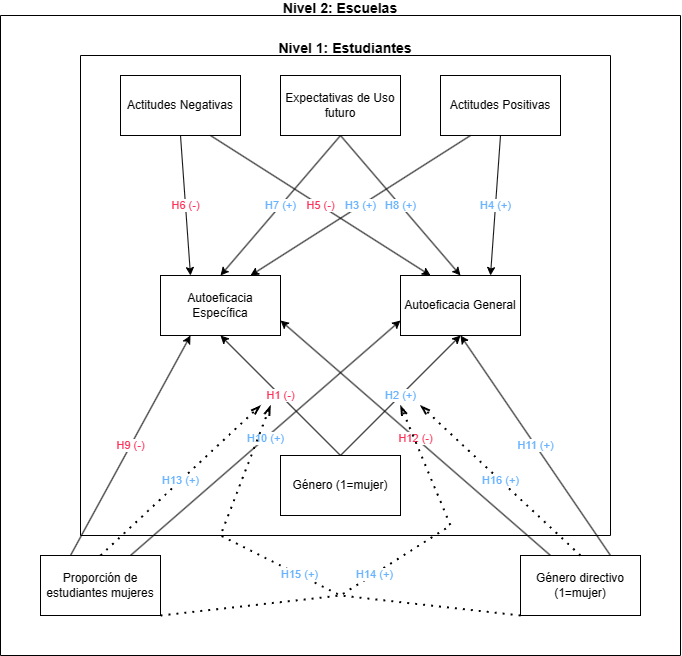
Before: proc/informes/images/multilevel_diagram.png, a diagram exported from draw.io (milenio-nudos/multilevel_icils_gender_chile). Source tidied: cells renumbered, new cells last; positions are measured from the earlier drawing's top-left corner, leaving out a move shared by most shapes. Its diagram source:
```xml
<mxGraphModel>
  <root>
    <mxCell id="0" />
    <mxCell id="1" parent="0" />
    <mxCell id="2" value="Género (1=mujer)" style="rounded=0;whiteSpace=wrap;html=1;" parent="1" vertex="1">
      <mxGeometry x="280" y="440" width="120" height="60" as="geometry" />
    </mxCell>
    <mxCell id="3" value="Autoeficacia General" style="rounded=0;whiteSpace=wrap;html=1;" parent="1" vertex="1">
      <mxGeometry x="400" y="260" width="120" height="60" as="geometry" />
    </mxCell>
    <mxCell id="4" value="&lt;font color=&quot;#66b2ff&quot;&gt;&amp;nbsp;H2 (+)&amp;nbsp;&lt;/font&gt;" style="endArrow=classic;html=1;rounded=0;exitX=0.5;exitY=0;exitDx=0;exitDy=0;entryX=0.5;entryY=1;entryDx=0;entryDy=0;" parent="1" edge="1" source="2" target="3">
      <mxGeometry relative="1" as="geometry" />
    </mxCell>
    <mxCell id="5" value="Autoeficacia Específica" style="rounded=0;whiteSpace=wrap;html=1;" parent="1" vertex="1">
      <mxGeometry x="160" y="260" width="120" height="60" as="geometry" />
    </mxCell>
    <mxCell id="6" value="&lt;font color=&quot;#ff3057&quot;&gt;&amp;nbsp;H1 (-)&amp;nbsp;&lt;/font&gt;" style="endArrow=classic;html=1;rounded=0;exitX=0.5;exitY=0;exitDx=0;exitDy=0;entryX=0.5;entryY=1;entryDx=0;entryDy=0;" parent="1" edge="1" source="2" target="5">
      <mxGeometry relative="1" as="geometry" />
    </mxCell>
    <mxCell id="7" value="Actitudes Positivas" style="rounded=0;whiteSpace=wrap;html=1;" parent="1" vertex="1">
      <mxGeometry x="440" y="60" width="120" height="60" as="geometry" />
    </mxCell>
    <mxCell id="8" value="&lt;font color=&quot;#66b2ff&quot;&gt;H3 (+)&lt;/font&gt;" style="endArrow=classic;html=1;rounded=0;exitX=0.25;exitY=1;exitDx=0;exitDy=0;entryX=0.75;entryY=0;entryDx=0;entryDy=0;" parent="1" edge="1" source="7" target="5">
      <mxGeometry relative="1" as="geometry" />
    </mxCell>
    <mxCell id="9" value="&lt;font color=&quot;#66b2ff&quot;&gt;H4 (+)&lt;/font&gt;" style="endArrow=classic;html=1;rounded=0;exitX=0.5;exitY=1;exitDx=0;exitDy=0;entryX=0.75;entryY=0;entryDx=0;entryDy=0;" parent="1" edge="1" source="7" target="3">
      <mxGeometry relative="1" as="geometry" />
    </mxCell>
    <mxCell id="10" value="Actitudes Negativas" style="rounded=0;whiteSpace=wrap;html=1;" parent="1" vertex="1">
      <mxGeometry x="120" y="60" width="120" height="60" as="geometry" />
    </mxCell>
    <mxCell id="11" value="&lt;font color=&quot;#ff3057&quot;&gt;H5 (-)&lt;/font&gt;" style="endArrow=classic;html=1;rounded=0;exitX=0.75;exitY=1;exitDx=0;exitDy=0;entryX=0.25;entryY=0;entryDx=0;entryDy=0;" parent="1" edge="1" source="10" target="3">
      <mxGeometry relative="1" as="geometry" />
    </mxCell>
    <mxCell id="12" value="&lt;font color=&quot;#ff3057&quot;&gt;H6 (-)&lt;/font&gt;" style="endArrow=classic;html=1;rounded=0;exitX=0.5;exitY=1;exitDx=0;exitDy=0;entryX=0.25;entryY=0;entryDx=0;entryDy=0;" parent="1" edge="1" source="10" target="5">
      <mxGeometry relative="1" as="geometry" />
    </mxCell>
    <mxCell id="13" value="Expectativas de Uso futuro" style="rounded=0;whiteSpace=wrap;html=1;" parent="1" vertex="1">
      <mxGeometry x="280" y="60" width="120" height="60" as="geometry" />
    </mxCell>
    <mxCell id="14" value="&lt;font color=&quot;#66b2ff&quot;&gt;H7 (+)&lt;/font&gt;" style="endArrow=classic;html=1;rounded=0;exitX=0.5;exitY=1;exitDx=0;exitDy=0;entryX=0.5;entryY=0;entryDx=0;entryDy=0;" parent="1" edge="1" source="13" target="5">
      <mxGeometry relative="1" as="geometry" />
    </mxCell>
    <mxCell id="15" value="&lt;font color=&quot;#66b2ff&quot;&gt;H8 (+)&lt;/font&gt;" style="endArrow=classic;html=1;rounded=0;entryX=0.5;entryY=0;entryDx=0;entryDy=0;exitX=0.5;exitY=1;exitDx=0;exitDy=0;" parent="1" edge="1" source="13" target="3">
      <mxGeometry relative="1" as="geometry" />
    </mxCell>
    <mxCell id="16" value="Proporción de estudiantes mujeres" style="rounded=0;whiteSpace=wrap;html=1;" parent="1" vertex="1">
      <mxGeometry x="40" y="540" width="120" height="60" as="geometry" />
    </mxCell>
    <mxCell id="17" value="&lt;font color=&quot;#ff3057&quot;&gt;H9 (-)&lt;/font&gt;" style="endArrow=classic;html=1;rounded=0;exitX=0.25;exitY=0;exitDx=0;exitDy=0;entryX=0.25;entryY=1;entryDx=0;entryDy=0;" parent="1" edge="1" source="16" target="5">
      <mxGeometry relative="1" as="geometry" />
    </mxCell>
    <mxCell id="18" value="Género directivo (1=mujer)" style="rounded=0;whiteSpace=wrap;html=1;" parent="1" vertex="1">
      <mxGeometry x="520" y="540" width="120" height="60" as="geometry" />
    </mxCell>
    <mxCell id="19" value="&lt;font color=&quot;#66b2ff&quot;&gt;H10 (+)&lt;/font&gt;" style="endArrow=classic;html=1;rounded=0;exitX=0.75;exitY=0;exitDx=0;exitDy=0;entryX=0;entryY=0.75;entryDx=0;entryDy=0;" parent="1" edge="1" source="16" target="3">
      <mxGeometry relative="1" as="geometry" />
    </mxCell>
    <mxCell id="20" value="&lt;font color=&quot;#ff3057&quot;&gt;H12 (-)&lt;/font&gt;" style="endArrow=classic;html=1;rounded=0;exitX=0.25;exitY=0;exitDx=0;exitDy=0;entryX=1;entryY=0.75;entryDx=0;entryDy=0;" parent="1" edge="1" source="18" target="5">
      <mxGeometry relative="1" as="geometry" />
    </mxCell>
    <mxCell id="21" value="&lt;font color=&quot;#66b2ff&quot;&gt;H11 (+)&lt;/font&gt;" style="endArrow=classic;html=1;rounded=0;exitX=0.75;exitY=0;exitDx=0;exitDy=0;entryX=0.5;entryY=1;entryDx=0;entryDy=0;" parent="1" edge="1" source="18" target="3">
      <mxGeometry relative="1" as="geometry" />
    </mxCell>
    <mxCell id="22" value="&lt;font color=&quot;#66b2ff&quot;&gt;H13 (+)&lt;/font&gt;" style="endArrow=openThin;dashed=1;html=1;dashPattern=1 3;strokeWidth=2;rounded=0;exitX=0.5;exitY=0;exitDx=0;exitDy=0;endFill=0;" parent="1" edge="1" source="16">
      <mxGeometry relative="1" as="geometry">
        <mxPoint x="260" y="390" as="targetPoint" />
      </mxGeometry>
    </mxCell>
    <mxCell id="23" value="&lt;font color=&quot;#66b2ff&quot;&gt;H14 (+)&lt;/font&gt;" style="endArrow=openThin;dashed=1;html=1;dashPattern=1 3;strokeWidth=2;rounded=0;exitX=1;exitY=1;exitDx=0;exitDy=0;endFill=0;" parent="1" edge="1" source="16">
      <mxGeometry relative="1" as="geometry">
        <mxPoint x="400" y="390" as="targetPoint" />
        <Array as="points">
          <mxPoint x="340" y="580" />
          <mxPoint x="450" y="510" />
        </Array>
      </mxGeometry>
    </mxCell>
    <mxCell id="24" value="&lt;font color=&quot;#66b2ff&quot;&gt;H15&amp;nbsp;(+)&lt;/font&gt;" style="endArrow=openThin;dashed=1;html=1;dashPattern=1 3;strokeWidth=2;rounded=0;exitX=0;exitY=1;exitDx=0;exitDy=0;endFill=0;" parent="1" edge="1" source="18">
      <mxGeometry relative="1" as="geometry">
        <mxPoint x="270" y="390" as="targetPoint" />
        <Array as="points">
          <mxPoint x="340" y="580" />
          <mxPoint x="220" y="520" />
        </Array>
      </mxGeometry>
    </mxCell>
    <mxCell id="25" value="&lt;font color=&quot;#66b2ff&quot;&gt;H16 (+)&lt;/font&gt;" style="endArrow=openThin;dashed=1;html=1;dashPattern=1 3;strokeWidth=2;rounded=0;exitX=0.5;exitY=0;exitDx=0;exitDy=0;endFill=0;" parent="1" edge="1" source="18">
      <mxGeometry relative="1" as="geometry">
        <mxPoint x="420" y="390" as="targetPoint" />
      </mxGeometry>
    </mxCell>
    <mxCell id="26" value="Nivel 1: Estudiantes&#10;" style="swimlane;startSize=0;fontSize=14;" parent="1" vertex="1">
      <mxGeometry x="80" y="40" width="530" height="480" as="geometry" />
    </mxCell>
    <mxCell id="27" value="Nivel 2: Escuelas&#10;" style="swimlane;startSize=0;fontSize=14;" parent="1" vertex="1">
      <mxGeometry width="680" height="640" as="geometry" />
    </mxCell>
  </root>
</mxGraphModel>
```
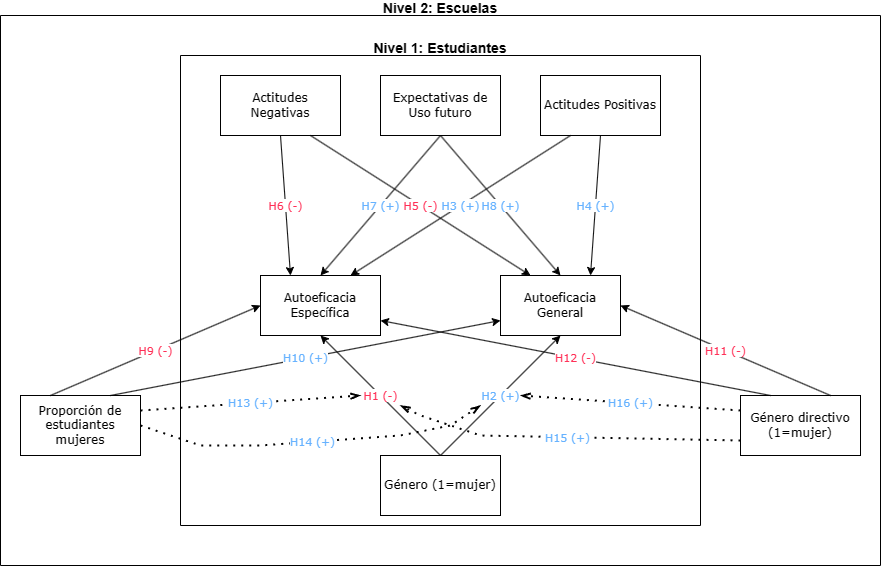
After the commit.

What changed in the source:
```diff
@@ -2,99 +2,103 @@
   <root>
     <mxCell id="0" />
     <mxCell id="1" parent="0" />
-    <mxCell id="2" value="Género (1=mujer)" style="rounded=0;whiteSpace=wrap;html=1;" parent="1" vertex="1">
+    <mxCell id="2" value="Género (1=mujer)" style="rounded=0;whiteSpace=wrap;html=1;fontFamily=Verdana;" parent="1" vertex="1">
       <mxGeometry x="280" y="440" width="120" height="60" as="geometry" />
     </mxCell>
-    <mxCell id="3" value="Autoeficacia General" style="rounded=0;whiteSpace=wrap;html=1;" parent="1" vertex="1">
+    <mxCell id="3" value="Autoeficacia General" style="rounded=0;whiteSpace=wrap;html=1;fontFamily=Verdana;" parent="1" vertex="1">
       <mxGeometry x="400" y="260" width="120" height="60" as="geometry" />
     </mxCell>
-    <mxCell id="4" value="&lt;font color=&quot;#66b2ff&quot;&gt;&amp;nbsp;H2 (+)&amp;nbsp;&lt;/font&gt;" style="endArrow=classic;html=1;rounded=0;exitX=0.5;exitY=0;exitDx=0;exitDy=0;entryX=0.5;entryY=1;entryDx=0;entryDy=0;" parent="1" edge="1" source="2" target="3">
+    <mxCell id="4" value="&lt;font color=&quot;#66b2ff&quot;&gt;&amp;nbsp;H2 (+)&amp;nbsp;&lt;/font&gt;" style="endArrow=classic;html=1;rounded=0;exitX=0.5;exitY=0;exitDx=0;exitDy=0;entryX=0.5;entryY=1;entryDx=0;entryDy=0;fontFamily=Verdana;" parent="1" edge="1" source="2" target="3">
       <mxGeometry relative="1" as="geometry" />
     </mxCell>
-    <mxCell id="5" value="Autoeficacia Específica" style="rounded=0;whiteSpace=wrap;html=1;" parent="1" vertex="1">
+    <mxCell id="5" value="Autoeficacia Específica" style="rounded=0;whiteSpace=wrap;html=1;fontFamily=Verdana;" parent="1" vertex="1">
       <mxGeometry x="160" y="260" width="120" height="60" as="geometry" />
     </mxCell>
-    <mxCell id="6" value="&lt;font color=&quot;#ff3057&quot;&gt;&amp;nbsp;H1 (-)&amp;nbsp;&lt;/font&gt;" style="endArrow=classic;html=1;rounded=0;exitX=0.5;exitY=0;exitDx=0;exitDy=0;entryX=0.5;entryY=1;entryDx=0;entryDy=0;" parent="1" edge="1" source="2" target="5">
+    <mxCell id="6" value="&lt;font color=&quot;#ff3057&quot;&gt;&amp;nbsp;H1 (-)&amp;nbsp;&lt;/font&gt;" style="endArrow=classic;html=1;rounded=0;exitX=0.5;exitY=0;exitDx=0;exitDy=0;entryX=0.5;entryY=1;entryDx=0;entryDy=0;fontFamily=Verdana;" parent="1" edge="1" source="2" target="5">
       <mxGeometry relative="1" as="geometry" />
     </mxCell>
-    <mxCell id="7" value="Actitudes Positivas" style="rounded=0;whiteSpace=wrap;html=1;" parent="1" vertex="1">
+    <mxCell id="7" value="Actitudes Positivas" style="rounded=0;whiteSpace=wrap;html=1;fontFamily=Verdana;" parent="1" vertex="1">
       <mxGeometry x="440" y="60" width="120" height="60" as="geometry" />
     </mxCell>
-    <mxCell id="8" value="&lt;font color=&quot;#66b2ff&quot;&gt;H3 (+)&lt;/font&gt;" style="endArrow=classic;html=1;rounded=0;exitX=0.25;exitY=1;exitDx=0;exitDy=0;entryX=0.75;entryY=0;entryDx=0;entryDy=0;" parent="1" edge="1" source="7" target="5">
+    <mxCell id="8" value="&lt;font color=&quot;#66b2ff&quot;&gt;H3 (+)&lt;/font&gt;" style="endArrow=classic;html=1;rounded=0;exitX=0.25;exitY=1;exitDx=0;exitDy=0;entryX=0.75;entryY=0;entryDx=0;entryDy=0;fontFamily=Verdana;" parent="1" edge="1" source="7" target="5">
       <mxGeometry relative="1" as="geometry" />
     </mxCell>
-    <mxCell id="9" value="&lt;font color=&quot;#66b2ff&quot;&gt;H4 (+)&lt;/font&gt;" style="endArrow=classic;html=1;rounded=0;exitX=0.5;exitY=1;exitDx=0;exitDy=0;entryX=0.75;entryY=0;entryDx=0;entryDy=0;" parent="1" edge="1" source="7" target="3">
+    <mxCell id="9" value="&lt;font color=&quot;#66b2ff&quot;&gt;H4 (+)&lt;/font&gt;" style="endArrow=classic;html=1;rounded=0;exitX=0.5;exitY=1;exitDx=0;exitDy=0;entryX=0.75;entryY=0;entryDx=0;entryDy=0;fontFamily=Verdana;" parent="1" edge="1" source="7" target="3">
       <mxGeometry relative="1" as="geometry" />
     </mxCell>
-    <mxCell id="10" value="Actitudes Negativas" style="rounded=0;whiteSpace=wrap;html=1;" parent="1" vertex="1">
+    <mxCell id="10" value="Actitudes Negativas" style="rounded=0;whiteSpace=wrap;html=1;fontFamily=Verdana;" parent="1" vertex="1">
       <mxGeometry x="120" y="60" width="120" height="60" as="geometry" />
     </mxCell>
-    <mxCell id="11" value="&lt;font color=&quot;#ff3057&quot;&gt;H5 (-)&lt;/font&gt;" style="endArrow=classic;html=1;rounded=0;exitX=0.75;exitY=1;exitDx=0;exitDy=0;entryX=0.25;entryY=0;entryDx=0;entryDy=0;" parent="1" edge="1" source="10" target="3">
+    <mxCell id="11" value="&lt;font color=&quot;#ff3057&quot;&gt;H5 (-)&lt;/font&gt;" style="endArrow=classic;html=1;rounded=0;exitX=0.75;exitY=1;exitDx=0;exitDy=0;entryX=0.25;entryY=0;entryDx=0;entryDy=0;fontFamily=Verdana;" parent="1" edge="1" source="10" target="3">
       <mxGeometry relative="1" as="geometry" />
     </mxCell>
-    <mxCell id="12" value="&lt;font color=&quot;#ff3057&quot;&gt;H6 (-)&lt;/font&gt;" style="endArrow=classic;html=1;rounded=0;exitX=0.5;exitY=1;exitDx=0;exitDy=0;entryX=0.25;entryY=0;entryDx=0;entryDy=0;" parent="1" edge="1" source="10" target="5">
+    <mxCell id="12" value="&lt;font color=&quot;#ff3057&quot;&gt;H6 (-)&lt;/font&gt;" style="endArrow=classic;html=1;rounded=0;exitX=0.5;exitY=1;exitDx=0;exitDy=0;entryX=0.25;entryY=0;entryDx=0;entryDy=0;fontFamily=Verdana;" parent="1" edge="1" source="10" target="5">
       <mxGeometry relative="1" as="geometry" />
     </mxCell>
-    <mxCell id="13" value="Expectativas de Uso futuro" style="rounded=0;whiteSpace=wrap;html=1;" parent="1" vertex="1">
+    <mxCell id="13" value="Expectativas de Uso futuro" style="rounded=0;whiteSpace=wrap;html=1;fontFamily=Verdana;" parent="1" vertex="1">
       <mxGeometry x="280" y="60" width="120" height="60" as="geometry" />
     </mxCell>
-    <mxCell id="14" value="&lt;font color=&quot;#66b2ff&quot;&gt;H7 (+)&lt;/font&gt;" style="endArrow=classic;html=1;rounded=0;exitX=0.5;exitY=1;exitDx=0;exitDy=0;entryX=0.5;entryY=0;entryDx=0;entryDy=0;" parent="1" edge="1" source="13" target="5">
+    <mxCell id="14" value="&lt;font color=&quot;#66b2ff&quot;&gt;H7 (+)&lt;/font&gt;" style="endArrow=classic;html=1;rounded=0;exitX=0.5;exitY=1;exitDx=0;exitDy=0;entryX=0.5;entryY=0;entryDx=0;entryDy=0;fontFamily=Verdana;" parent="1" edge="1" source="13" target="5">
       <mxGeometry relative="1" as="geometry" />
     </mxCell>
-    <mxCell id="15" value="&lt;font color=&quot;#66b2ff&quot;&gt;H8 (+)&lt;/font&gt;" style="endArrow=classic;html=1;rounded=0;entryX=0.5;entryY=0;entryDx=0;entryDy=0;exitX=0.5;exitY=1;exitDx=0;exitDy=0;" parent="1" edge="1" source="13" target="3">
+    <mxCell id="15" value="&lt;font color=&quot;#66b2ff&quot;&gt;H8 (+)&lt;/font&gt;" style="endArrow=classic;html=1;rounded=0;entryX=0.5;entryY=0;entryDx=0;entryDy=0;exitX=0.5;exitY=1;exitDx=0;exitDy=0;fontFamily=Verdana;" parent="1" edge="1" source="13" target="3">
       <mxGeometry relative="1" as="geometry" />
     </mxCell>
-    <mxCell id="16" value="Proporción de estudiantes mujeres" style="rounded=0;whiteSpace=wrap;html=1;" parent="1" vertex="1">
-      <mxGeometry x="40" y="540" width="120" height="60" as="geometry" />
+    <mxCell id="16" value="Proporción de estudiantes mujeres" style="rounded=0;whiteSpace=wrap;html=1;fontFamily=Verdana;" parent="1" vertex="1">
+      <mxGeometry x="-80" y="380" width="120" height="60" as="geometry" />
     </mxCell>
-    <mxCell id="17" value="&lt;font color=&quot;#ff3057&quot;&gt;H9 (-)&lt;/font&gt;" style="endArrow=classic;html=1;rounded=0;exitX=0.25;exitY=0;exitDx=0;exitDy=0;entryX=0.25;entryY=1;entryDx=0;entryDy=0;" parent="1" edge="1" source="16" target="5">
+    <mxCell id="17" value="&lt;font color=&quot;#ff3057&quot;&gt;H9 (-)&lt;/font&gt;" style="endArrow=classic;html=1;rounded=0;exitX=0.25;exitY=0;exitDx=0;exitDy=0;entryX=0;entryY=0.5;entryDx=0;entryDy=0;fontFamily=Verdana;" parent="1" edge="1" source="16" target="5">
       <mxGeometry relative="1" as="geometry" />
     </mxCell>
-    <mxCell id="18" value="Género directivo (1=mujer)" style="rounded=0;whiteSpace=wrap;html=1;" parent="1" vertex="1">
-      <mxGeometry x="520" y="540" width="120" height="60" as="geometry" />
+    <mxCell id="18" value="Género directivo (1=mujer)" style="rounded=0;whiteSpace=wrap;html=1;fontFamily=Verdana;" parent="1" vertex="1">
+      <mxGeometry x="640" y="380" width="120" height="60" as="geometry" />
     </mxCell>
-    <mxCell id="19" value="&lt;font color=&quot;#66b2ff&quot;&gt;H10 (+)&lt;/font&gt;" style="endArrow=classic;html=1;rounded=0;exitX=0.75;exitY=0;exitDx=0;exitDy=0;entryX=0;entryY=0.75;entryDx=0;entryDy=0;" parent="1" edge="1" source="16" target="3">
+    <mxCell id="19" value="&lt;font color=&quot;#66b2ff&quot;&gt;H10 (+)&lt;/font&gt;" style="endArrow=classic;html=1;rounded=0;exitX=0.75;exitY=0;exitDx=0;exitDy=0;fontFamily=Verdana;entryX=0;entryY=0.75;entryDx=0;entryDy=0;" parent="1" edge="1" source="16" target="3">
       <mxGeometry relative="1" as="geometry" />
     </mxCell>
-    <mxCell id="20" value="&lt;font color=&quot;#ff3057&quot;&gt;H12 (-)&lt;/font&gt;" style="endArrow=classic;html=1;rounded=0;exitX=0.25;exitY=0;exitDx=0;exitDy=0;entryX=1;entryY=0.75;entryDx=0;entryDy=0;" parent="1" edge="1" source="18" target="5">
+    <mxCell id="20" value="&lt;font color=&quot;#ff3057&quot;&gt;H12 (-)&lt;/font&gt;" style="endArrow=classic;html=1;rounded=0;exitX=0.25;exitY=0;exitDx=0;exitDy=0;entryX=1;entryY=0.75;entryDx=0;entryDy=0;fontFamily=Verdana;" parent="1" edge="1" source="18" target="5">
       <mxGeometry relative="1" as="geometry" />
     </mxCell>
-    <mxCell id="21" value="&lt;font color=&quot;#66b2ff&quot;&gt;H11 (+)&lt;/font&gt;" style="endArrow=classic;html=1;rounded=0;exitX=0.75;exitY=0;exitDx=0;exitDy=0;entryX=0.5;entryY=1;entryDx=0;entryDy=0;" parent="1" edge="1" source="18" target="3">
-      <mxGeometry relative="1" as="geometry" />
+    <mxCell id="21" value="&lt;font color=&quot;#ff3057&quot;&gt;H11 (-)&lt;/font&gt;" style="endArrow=classic;html=1;rounded=0;entryX=1;entryY=0.5;entryDx=0;entryDy=0;fontFamily=Verdana;" parent="1" edge="1" target="3">
+      <mxGeometry relative="1" as="geometry">
+        <mxPoint x="730" y="380" as="sourcePoint" />
+      </mxGeometry>
     </mxCell>
-    <mxCell id="22" value="&lt;font color=&quot;#66b2ff&quot;&gt;H13 (+)&lt;/font&gt;" style="endArrow=openThin;dashed=1;html=1;dashPattern=1 3;strokeWidth=2;rounded=0;exitX=0.5;exitY=0;exitDx=0;exitDy=0;endFill=0;" parent="1" edge="1" source="16">
+    <mxCell id="22" value="&lt;font color=&quot;#66b2ff&quot;&gt;H13 (+)&lt;/font&gt;" style="endArrow=openThin;dashed=1;html=1;dashPattern=1 3;strokeWidth=2;rounded=0;exitX=1;exitY=0.25;exitDx=0;exitDy=0;endFill=0;fontFamily=Verdana;" parent="1" edge="1" source="16">
       <mxGeometry relative="1" as="geometry">
-        <mxPoint x="260" y="390" as="targetPoint" />
+        <mxPoint x="260" y="380" as="targetPoint" />
       </mxGeometry>
     </mxCell>
-    <mxCell id="23" value="&lt;font color=&quot;#66b2ff&quot;&gt;H14 (+)&lt;/font&gt;" style="endArrow=openThin;dashed=1;html=1;dashPattern=1 3;strokeWidth=2;rounded=0;exitX=1;exitY=1;exitDx=0;exitDy=0;endFill=0;" parent="1" edge="1" source="16">
+    <mxCell id="23" value="&lt;font color=&quot;#66b2ff&quot;&gt;H14 (+)&lt;/font&gt;" style="endArrow=openThin;dashed=1;html=1;dashPattern=1 3;strokeWidth=2;rounded=0;exitX=1;exitY=0.5;exitDx=0;exitDy=0;endFill=0;fontFamily=Verdana;" parent="1" edge="1" source="16">
       <mxGeometry relative="1" as="geometry">
-        <mxPoint x="400" y="390" as="targetPoint" />
+        <mxPoint x="380" y="390" as="targetPoint" />
         <Array as="points">
-          <mxPoint x="340" y="580" />
-          <mxPoint x="450" y="510" />
+          <mxPoint x="100" y="430" />
+          <mxPoint x="160" y="430" />
+          <mxPoint x="300" y="420" />
+          <mxPoint x="350" y="410" />
         </Array>
       </mxGeometry>
     </mxCell>
-    <mxCell id="24" value="&lt;font color=&quot;#66b2ff&quot;&gt;H15&amp;nbsp;(+)&lt;/font&gt;" style="endArrow=openThin;dashed=1;html=1;dashPattern=1 3;strokeWidth=2;rounded=0;exitX=0;exitY=1;exitDx=0;exitDy=0;endFill=0;" parent="1" edge="1" source="18">
+    <mxCell id="24" value="&lt;font color=&quot;#66b2ff&quot;&gt;H15&amp;nbsp;(+)&lt;/font&gt;" style="endArrow=openThin;dashed=1;html=1;dashPattern=1 3;strokeWidth=2;rounded=0;exitX=0;exitY=0.75;exitDx=0;exitDy=0;endFill=0;fontFamily=Verdana;" parent="1" edge="1" source="18">
       <mxGeometry relative="1" as="geometry">
-        <mxPoint x="270" y="390" as="targetPoint" />
+        <mxPoint x="300" y="390" as="targetPoint" />
         <Array as="points">
-          <mxPoint x="340" y="580" />
-          <mxPoint x="220" y="520" />
+          <mxPoint x="380" y="420" />
+          <mxPoint x="320" y="400" />
         </Array>
       </mxGeometry>
     </mxCell>
-    <mxCell id="25" value="&lt;font color=&quot;#66b2ff&quot;&gt;H16 (+)&lt;/font&gt;" style="endArrow=openThin;dashed=1;html=1;dashPattern=1 3;strokeWidth=2;rounded=0;exitX=0.5;exitY=0;exitDx=0;exitDy=0;endFill=0;" parent="1" edge="1" source="18">
+    <mxCell id="25" value="&lt;font color=&quot;#66b2ff&quot;&gt;H16 (+)&lt;/font&gt;" style="endArrow=openThin;dashed=1;html=1;dashPattern=1 3;strokeWidth=2;rounded=0;exitX=0;exitY=0.25;exitDx=0;exitDy=0;endFill=0;fontFamily=Verdana;" parent="1" edge="1" source="18">
       <mxGeometry relative="1" as="geometry">
-        <mxPoint x="420" y="390" as="targetPoint" />
+        <mxPoint x="420" y="380" as="targetPoint" />
       </mxGeometry>
     </mxCell>
     <mxCell id="26" value="Nivel 1: Estudiantes&#10;" style="swimlane;startSize=0;fontSize=14;" parent="1" vertex="1">
-      <mxGeometry x="80" y="40" width="530" height="480" as="geometry" />
+      <mxGeometry x="80" y="40" width="520" height="470" as="geometry" />
     </mxCell>
     <mxCell id="27" value="Nivel 2: Escuelas&#10;" style="swimlane;startSize=0;fontSize=14;" parent="1" vertex="1">
-      <mxGeometry width="680" height="640" as="geometry" />
+      <mxGeometry x="-100" width="880" height="550" as="geometry" />
     </mxCell>
   </root>
 </mxGraphModel>
```
